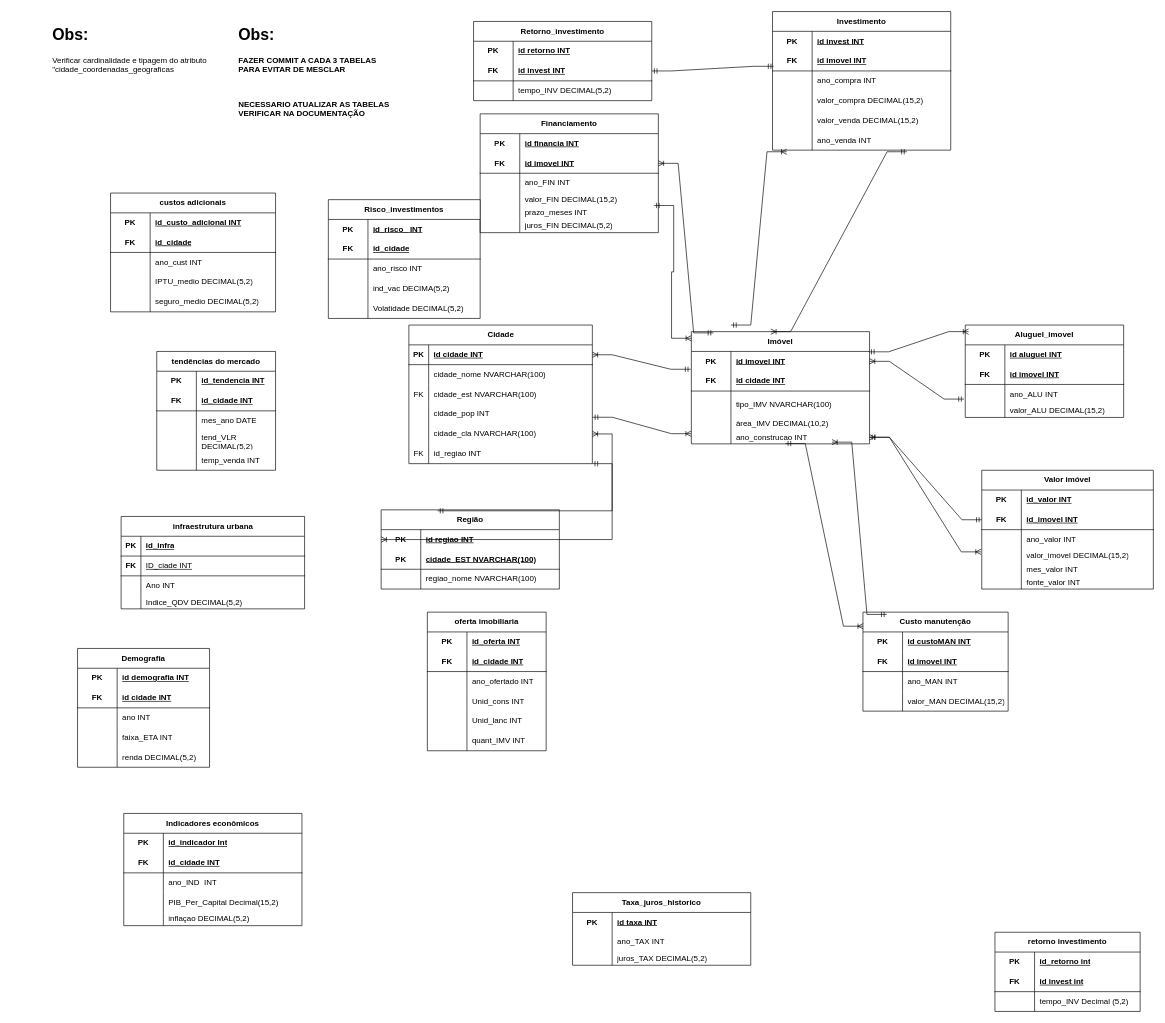
Before: GroupBy.drawio in Guilherme22B/Group_by, a draw.io diagram. Source tidied: cells renumbered, new cells numbered last; positions are measured from the earlier drawing's top-left corner, leaving out a move shared by most shapes. Both pictures are drawn from the tidied source at 66%, with x=0, y=0 at pixel (51, 11).
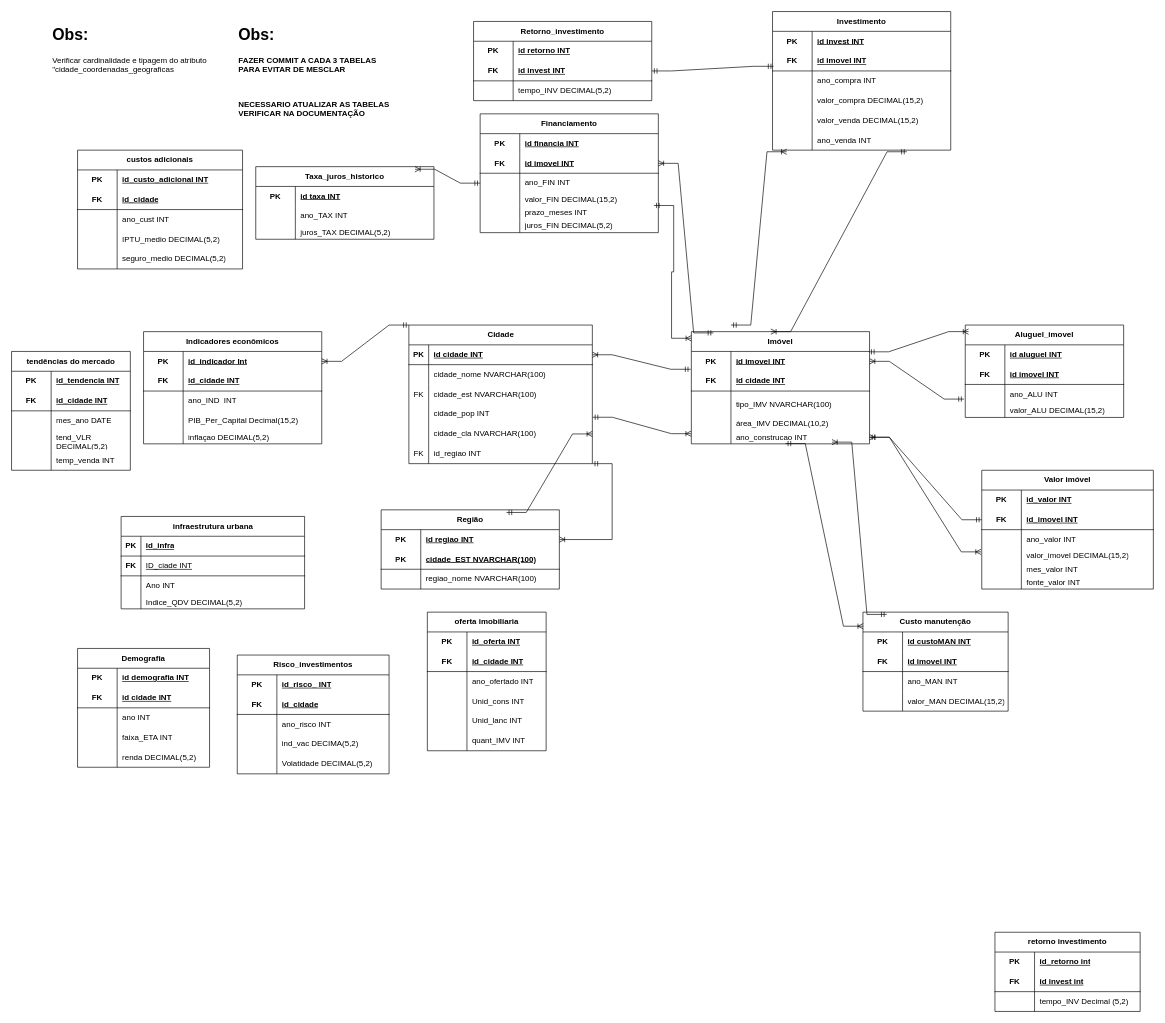
After the change.

Unchanged cells that the change refers to:
```xml
<mxCell id="39" value="Cidade" style="shape=table;startSize=30;childLayout=tableLayout;rowLines=0;fontStyle=1;align=center;html=1;" parent="1" vertex="1">
  <mxGeometry x="542" y="475" width="278" height="210" as="geometry" />
</mxCell>
<mxCell id="52" style="shape=tableRow;horizontal=0;startSize=0;swimlaneHead=0;swimlaneBody=0;fillColor=none;points=[[0,0.5],[1,0.5]];portConstraint=eastwest;top=0;left=0;right=0;bottom=0;" parent="39" vertex="1">
  <mxGeometry y="150" width="278" height="30" as="geometry" />
</mxCell>
<mxCell id="110" style="shape=tableRow;horizontal=0;startSize=0;swimlaneHead=0;swimlaneBody=0;fillColor=none;points=[[0,0.5],[1,0.5]];portConstraint=eastwest;top=0;left=0;right=0;bottom=0;html=1;" parent="103" vertex="1">
  <mxGeometry y="90" width="270" height="30" as="geometry" />
</mxCell>
<mxCell id="142" value="Região" style="shape=table;startSize=30;childLayout=tableLayout;rowLines=0;fontStyle=1;align=center;html=1;whiteSpace=wrap;" parent="1" vertex="1">
  <mxGeometry x="500" y="755" width="270" height="120" as="geometry" />
</mxCell>
<mxCell id="143" style="shape=tableRow;horizontal=0;startSize=0;swimlaneHead=0;swimlaneBody=0;fillColor=none;points=[[0,0.5],[1,0.5]];portConstraint=eastwest;top=0;left=0;right=0;bottom=0;html=1;" parent="142" vertex="1">
  <mxGeometry y="30" width="270" height="30" as="geometry" />
</mxCell>
<mxCell id="166" style="shape=tableRow;horizontal=0;startSize=0;swimlaneHead=0;swimlaneBody=0;fillColor=none;points=[[0,0.5],[1,0.5]];portConstraint=eastwest;top=0;left=0;right=0;bottom=0;html=1;" parent="165" vertex="1">
  <mxGeometry y="30" width="270" height="30" as="geometry" />
</mxCell>
```

Change to the diagram source:
```diff
@@
     <mxCell id="122" value="Taxa_juros_historico" style="shape=table;startSize=30;childLayout=tableLayout;rowLines=0;fontStyle=1;align=center;html=1;whiteSpace=wrap;" parent="1" vertex="1">
-      <mxGeometry x="790" y="1335" width="270" height="110" as="geometry" />
+      <mxGeometry x="310" y="235" width="270" height="110" as="geometry" />
     </mxCell>
@@
-    <mxCell id="154" style="edgeStyle=entityRelationEdgeStyle;fontSize=12;html=1;endArrow=ERoneToMany;startArrow=ERmandOne;rounded=0;exitX=1.001;exitY=0.657;exitDx=0;exitDy=0;exitPerimeter=0;entryX=0;entryY=0.5;entryDx=0;entryDy=0;" parent="1" edge="1" target="143">
+    <mxCell id="154" style="edgeStyle=entityRelationEdgeStyle;fontSize=12;html=1;endArrow=ERoneToMany;startArrow=ERmandOne;rounded=0;exitX=1.001;exitY=0.657;exitDx=0;exitDy=0;exitPerimeter=0;entryX=1;entryY=0.5;entryDx=0;entryDy=0;" parent="1" edge="1" target="143">
       <mxGeometry relative="1" as="geometry">
         <mxPoint x="820" y="685" as="sourcePoint" />
         <Array as="points">
           <mxPoint x="780" y="1045" />
         </Array>
       </mxGeometry>
     </mxCell>
@@
     <mxCell id="165" value="Indicadores econômicos" style="shape=table;startSize=30;childLayout=tableLayout;rowLines=0;fontStyle=1;align=center;html=1;whiteSpace=wrap;" parent="1" vertex="1">
-      <mxGeometry x="110" y="1215" width="270" height="170" as="geometry" />
+      <mxGeometry x="140" y="485" width="270" height="170" as="geometry" />
     </mxCell>
@@
     <mxCell id="213" value="tendências do mercado" style="shape=table;startSize=30;childLayout=tableLayout;rowLines=0;fontStyle=1;align=center;html=1;whiteSpace=wrap;" parent="1" vertex="1">
-      <mxGeometry x="160" y="515" width="180" height="180" as="geometry" />
+      <mxGeometry x="-60" y="515" width="180" height="180" as="geometry" />
     </mxCell>
@@
     <mxCell id="229" value="custos adicionais" style="shape=table;startSize=30;childLayout=tableLayout;rowLines=0;fontStyle=1;align=center;html=1;whiteSpace=wrap;" parent="1" vertex="1">
-      <mxGeometry x="90" y="275" width="250" height="180" as="geometry" />
+      <mxGeometry x="40" y="210" width="250" height="180" as="geometry" />
     </mxCell>
@@
     <mxCell id="245" value="Risco_investimentos" style="shape=table;startSize=30;childLayout=tableLayout;rowLines=0;fontStyle=1;align=center;html=1;whiteSpace=wrap;" parent="1" vertex="1">
-      <mxGeometry x="420" y="285" width="230" height="180" as="geometry" />
+      <mxGeometry x="282" y="975" width="230" height="180" as="geometry" />
     </mxCell>
@@
-    <mxCell id="278" style="edgeStyle=entityRelationEdgeStyle;fontSize=12;html=1;endArrow=ERoneToMany;startArrow=ERmandOne;rounded=0;exitX=0.317;exitY=0.012;exitDx=0;exitDy=0;exitPerimeter=0;" parent="1" edge="1" source="142" target="52">
+    <mxCell id="278" style="edgeStyle=entityRelationEdgeStyle;fontSize=12;html=1;endArrow=ERoneToMany;startArrow=ERmandOne;rounded=0;exitX=0.703;exitY=0.033;exitDx=0;exitDy=0;exitPerimeter=0;entryX=1;entryY=0.5;entryDx=0;entryDy=0;" parent="1" edge="1" source="142" target="52">
       <mxGeometry relative="1" as="geometry" />
     </mxCell>
@@
+    <mxCell id="291" style="edgeStyle=entityRelationEdgeStyle;fontSize=12;html=1;endArrow=ERoneToMany;startArrow=ERmandOne;rounded=0;entryX=0.893;entryY=0.036;entryDx=0;entryDy=0;entryPerimeter=0;exitX=0;exitY=0.5;exitDx=0;exitDy=0;" parent="1" edge="1" source="110" target="122">
+      <mxGeometry relative="1" as="geometry" />
+    </mxCell>
+    <mxCell id="292" style="edgeStyle=entityRelationEdgeStyle;fontSize=12;html=1;endArrow=ERoneToMany;startArrow=ERmandOne;rounded=0;exitX=0;exitY=0;exitDx=0;exitDy=0;entryX=1;entryY=0.5;entryDx=0;entryDy=0;" parent="1" edge="1" source="39" target="166">
+      <mxGeometry relative="1" as="geometry" />
+    </mxCell>
```
